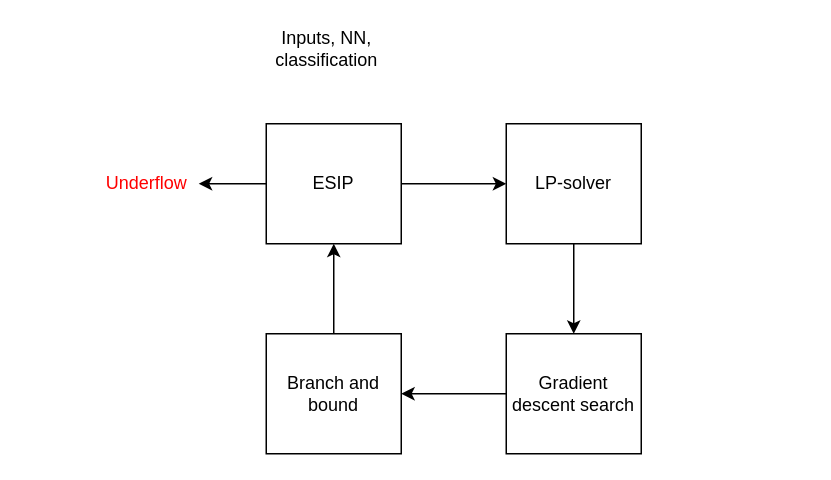
Above: Algorithm2.drawio in DaveHudiny/DaveHudiny (draw.io), before the change. Source tidied: cells renumbered, new cells numbered last; positions are measured from the earlier drawing's top-left corner, leaving out a move shared by most shapes. Both pictures are drawn from the tidied source at 150%, with x=0, y=0 at pixel (93, 26).
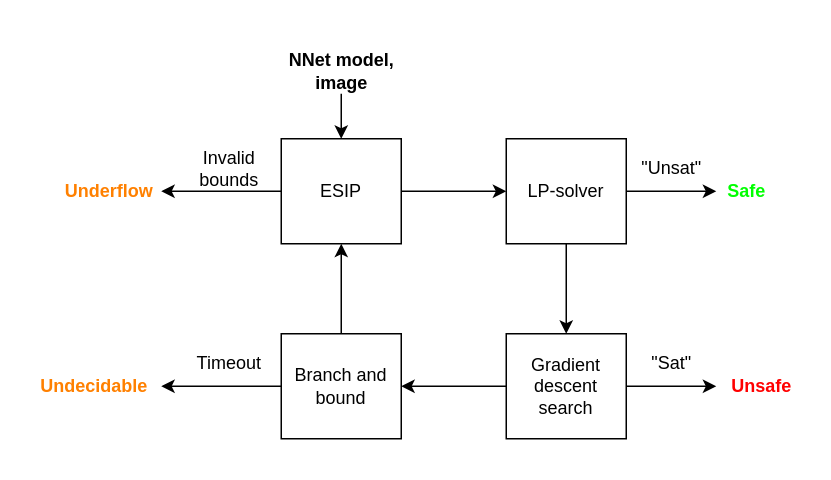
Above is the later version.

Change to the diagram source:
```diff
@@
     <mxCell id="4" value="ESIP" style="rounded=0;whiteSpace=wrap;html=1;" parent="1" vertex="1">
-      <mxGeometry x="115" y="65" width="90" height="80" as="geometry" />
+      <mxGeometry x="125" y="75" width="80" height="70" as="geometry" />
     </mxCell>
@@
+    <mxCell id="13" style="edgeStyle=orthogonalEdgeStyle;rounded=0;jettySize=auto;html=1;fontColor=#000000;" parent="1" edge="1" source="6" target="21">
+      <mxGeometry relative="1" as="geometry" />
+    </mxCell>
     <mxCell id="6" value="Branch and bound" style="rounded=0;whiteSpace=wrap;html=1;" parent="1" vertex="1">
-      <mxGeometry x="115" y="205" width="90" height="80" as="geometry" />
+      <mxGeometry x="125" y="205" width="80" height="70" as="geometry" />
     </mxCell>
@@
+    <mxCell id="14" style="edgeStyle=orthogonalEdgeStyle;rounded=0;jettySize=auto;html=1;fontColor=#00FF00;" parent="1" edge="1" source="8" target="19">
+      <mxGeometry relative="1" as="geometry" />
+    </mxCell>
     <mxCell id="8" value="Gradient descent search" style="rounded=0;whiteSpace=wrap;html=1;" parent="1" vertex="1">
-      <mxGeometry x="275" y="205" width="90" height="80" as="geometry" />
+      <mxGeometry x="275" y="205" width="80" height="70" as="geometry" />
     </mxCell>
@@
+    <mxCell id="15" style="edgeStyle=orthogonalEdgeStyle;rounded=0;jettySize=auto;html=1;fontColor=#000000;" parent="1" edge="1" source="10" target="18">
+      <mxGeometry relative="1" as="geometry" />
+    </mxCell>
     <mxCell id="10" value="LP-solver" style="rounded=0;whiteSpace=wrap;html=1;" parent="1" vertex="1">
-      <mxGeometry x="275" y="65" width="90" height="80" as="geometry" />
+      <mxGeometry x="275" y="75" width="80" height="70" as="geometry" />
     </mxCell>
-    <mxCell id="11" value="Underflow" style="text;html=1;align=center;verticalAlign=middle;points=[];strokeColor=none;fillColor=none;fontColor=#FF0000;" parent="1" vertex="1">
-      <mxGeometry y="95" width="70" height="20" as="geometry" />
+    <mxCell id="11" value="Underflow" style="text;html=1;align=center;verticalAlign=middle;points=[];strokeColor=none;fillColor=none;fontColor=#FF8000;fontStyle=1;" parent="1" vertex="1">
+      <mxGeometry x="-25" y="100" width="70" height="20" as="geometry" />
     </mxCell>
+    <mxCell id="16" style="edgeStyle=orthogonalEdgeStyle;rounded=0;jettySize=auto;html=1;fontColor=#000000;" parent="1" edge="1" source="12" target="4">
+      <mxGeometry relative="1" as="geometry" />
+    </mxCell>
-    <mxCell id="12" value="Inputs, NN, &lt;br&gt;classification" style="text;html=1;align=center;verticalAlign=middle;points=[];strokeColor=none;fillColor=none;fontColor=#000000;" parent="1" vertex="1">
-      <mxGeometry x="115" width="80" height="30" as="geometry" />
+    <mxCell id="12" value="NNet model,&lt;br&gt;image" style="text;html=1;align=center;verticalAlign=middle;points=[];strokeColor=none;fillColor=none;fontColor=#000000;fontStyle=1;" parent="1" vertex="1">
+      <mxGeometry x="120" y="15" width="90" height="30" as="geometry" />
     </mxCell>
+    <mxCell id="17" value="&quot;Unsat&quot;" style="text;html=1;align=center;verticalAlign=middle;strokeColor=none;fillColor=none;fontColor=#000000;" parent="1" vertex="1">
+      <mxGeometry x="355" y="85" width="60" height="20" as="geometry" />
+    </mxCell>
+    <mxCell id="18" value="Safe" style="text;html=1;align=center;verticalAlign=middle;points=[];strokeColor=none;fillColor=none;fontColor=#00FF00;fontStyle=1;" parent="1" vertex="1">
+      <mxGeometry x="415" y="100" width="40" height="20" as="geometry" />
+    </mxCell>
+    <mxCell id="19" value="&lt;font color=&quot;#ff0000&quot;&gt;&lt;b&gt;Unsafe&lt;/b&gt;&lt;/font&gt;" style="text;html=1;align=center;verticalAlign=middle;points=[];strokeColor=none;fillColor=none;fontColor=#00FF00;" parent="1" vertex="1">
+      <mxGeometry x="415" y="230" width="60" height="20" as="geometry" />
+    </mxCell>
+    <mxCell id="20" value="&lt;font color=&quot;#000000&quot;&gt;&quot;Sat&quot;&lt;/font&gt;" style="text;html=1;align=center;verticalAlign=middle;strokeColor=none;fillColor=none;fontColor=#FFFF00;" parent="1" vertex="1">
+      <mxGeometry x="365" y="215" width="40" height="20" as="geometry" />
+    </mxCell>
+    <mxCell id="21" value="Undecidable" style="text;html=1;align=center;verticalAlign=middle;points=[];strokeColor=none;fillColor=none;fontColor=#FF8000;fontStyle=1;" parent="1" vertex="1">
+      <mxGeometry x="-45" y="230" width="90" height="20" as="geometry" />
+    </mxCell>
+    <mxCell id="22" value="Invalid&lt;br&gt;bounds" style="text;html=1;align=center;verticalAlign=middle;strokeColor=none;fillColor=none;fontColor=#000000;" parent="1" vertex="1">
+      <mxGeometry x="65" y="80" width="50" height="30" as="geometry" />
+    </mxCell>
+    <mxCell id="23" value="Timeout" style="text;html=1;align=center;verticalAlign=middle;strokeColor=none;fillColor=none;fontColor=#000000;" parent="1" vertex="1">
+      <mxGeometry x="60" y="215" width="60" height="20" as="geometry" />
+    </mxCell>
```
